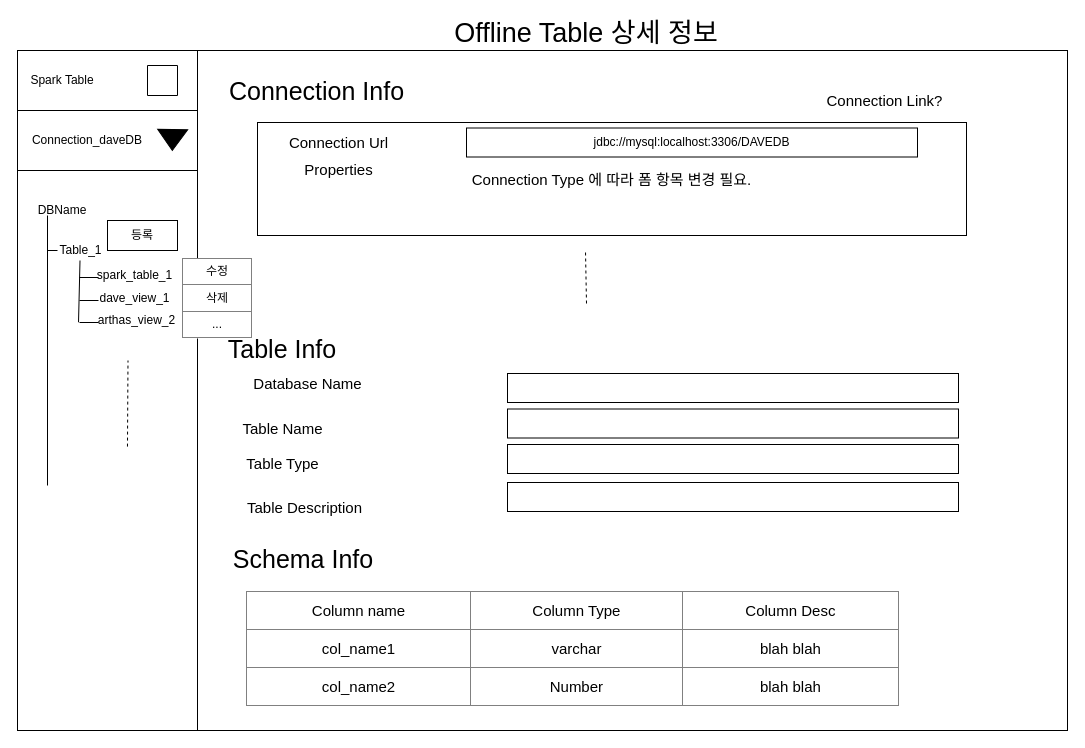
The draw.io diagram spark등록.drawio in salme1541/drawioRepo, before the edit. Source tidied: cells renumbered, new cells numbered last; positions are measured from the earlier drawing's top-left corner, leaving out a move shared by most shapes. Both pictures are drawn from the tidied source at 100%, with x=0, y=0 at pixel (17, 23).
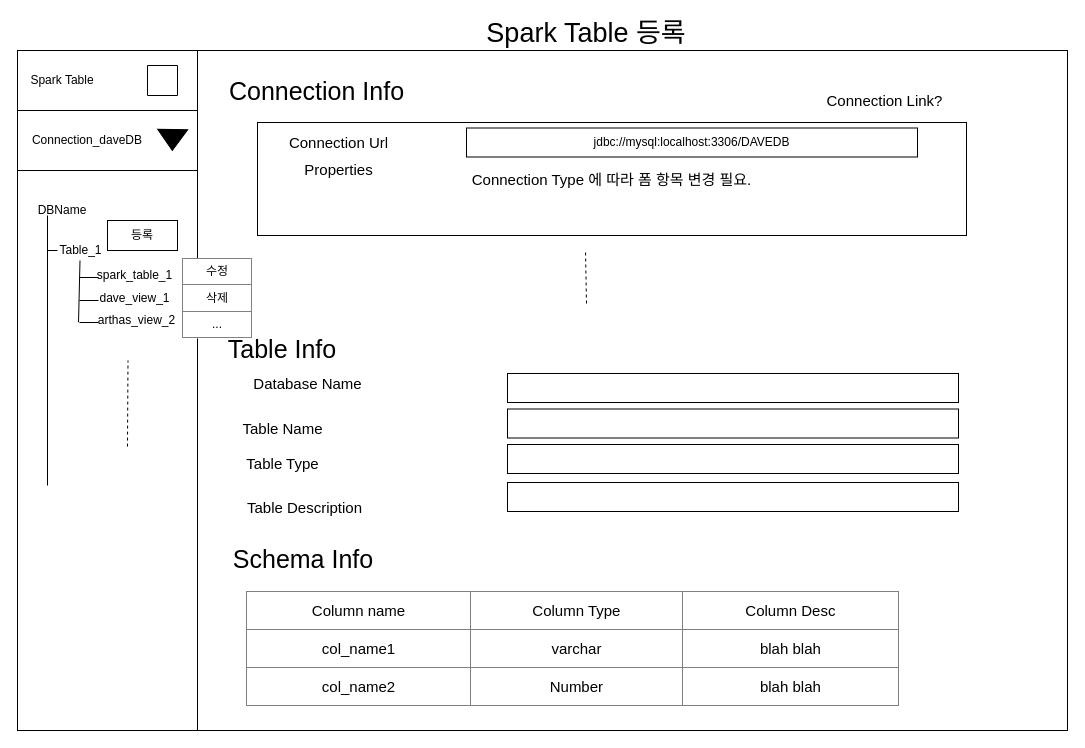
The same diagram, later.

Commit message (it also covers changes not shown here):
spark등록.drawio 업데이트

The change refers to these unchanged cells:
```xml
<mxCell id="2" style="group;" parent="1" vertex="1">
  <mxGeometry width="1050" height="707" as="geometry" />
</mxCell>
```

Change to the diagram source:
```diff
@@
-    <mxCell id="43" value="Offline Table 상세 정보" style="text;html=1;strokeColor=none;fillColor=none;align=center;verticalAlign=middle;whiteSpace=wrap;rounded=0;fontSize=27;" parent="2" vertex="1">
+    <mxCell id="43" value="Spark Table 등록" style="text;html=1;strokeColor=none;fillColor=none;align=center;verticalAlign=middle;whiteSpace=wrap;rounded=0;fontSize=27;" parent="2" vertex="1">
       <mxGeometry x="209" width="720" height="20" as="geometry" />
     </mxCell>
```
